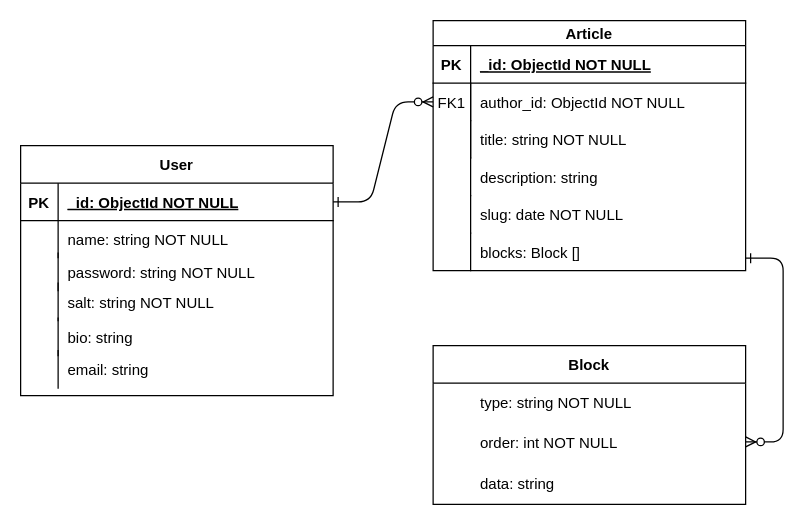
Before: minimum-schema.drawio in anhvupt/minimum-aka-medium-clone, a draw.io diagram. Source tidied: cells renumbered, new cells numbered last; positions are measured from the earlier drawing's top-left corner, leaving out a move shared by most shapes. Both pictures are drawn from the tidied source at 125%, with x=0, y=0 at pixel (20, 20).
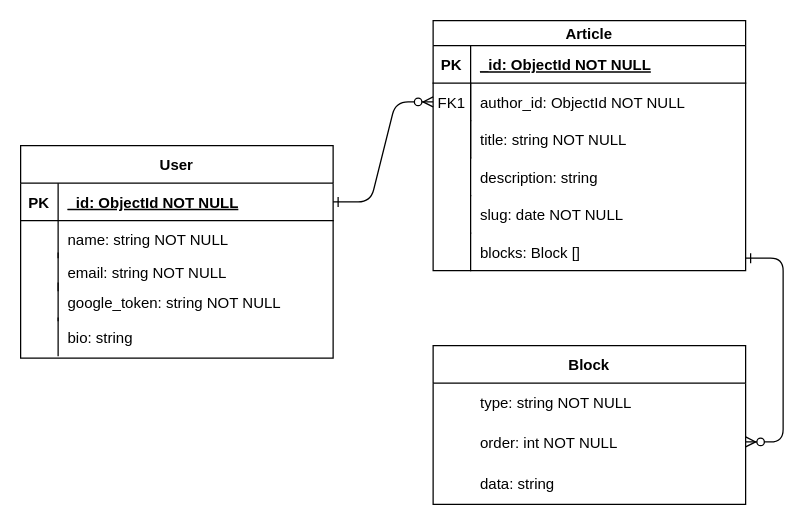
The same page after the edit.

The edit, as a diff of the source:
```diff
@@
     <mxCell id="24" value="User" style="shape=table;startSize=30;childLayout=tableLayout;rowLines=0;fontStyle=1;align=center;" parent="1" vertex="1">
-      <mxGeometry y="100" width="250" height="200" as="geometry" />
+      <mxGeometry y="100" width="250" height="170" as="geometry" />
     </mxCell>
@@
-    <mxCell id="31" value="password: string NOT NULL" style="shape=partialRectangle;overflow=hidden;fillColor=none;top=0;left=1;bottom=0;right=0;align=left;spacingLeft=6;" parent="1" vertex="1">
+    <mxCell id="31" value="email: string NOT NULL" style="shape=partialRectangle;overflow=hidden;fillColor=none;top=0;left=1;bottom=0;right=0;align=left;spacingLeft=6;" parent="1" vertex="1">
       <mxGeometry x="30" y="186" width="220" height="30" as="geometry" />
     </mxCell>
-    <mxCell id="32" value="salt: string NOT NULL" style="shape=partialRectangle;overflow=hidden;fillColor=none;top=0;left=1;bottom=0;right=0;align=left;spacingLeft=6;" parent="1" vertex="1">
+    <mxCell id="32" value="google_token: string NOT NULL" style="shape=partialRectangle;overflow=hidden;fillColor=none;top=0;left=1;bottom=0;right=0;align=left;spacingLeft=6;" parent="1" vertex="1">
       <mxGeometry x="30" y="210" width="220" height="30" as="geometry" />
     </mxCell>
@@
-    <mxCell id="34" value="email: string" style="shape=partialRectangle;overflow=hidden;fillColor=none;top=0;left=1;bottom=0;right=0;align=left;spacingLeft=6;" parent="1" vertex="1">
-      <mxGeometry x="30" y="264" width="220" height="30" as="geometry" />
-    </mxCell>
```
